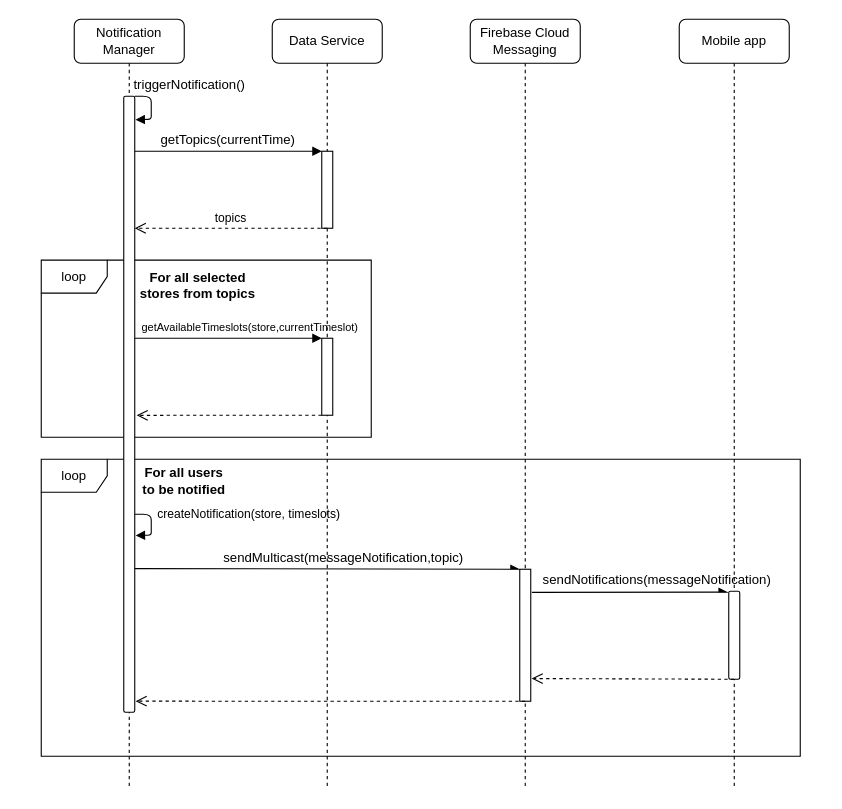
EtionPinari/PinariRomeoSbrolli keeps this draw.io diagram as Relevant DD information/Sequence Diagrams/DrawIO/PeriodicNotificationsSeq.drawio. Above is the earlier version. Source tidied: cells renumbered, new cells numbered last; positions are measured from the earlier drawing's top-left corner, leaving out a move shared by most shapes. Both pictures are drawn from the tidied source at 110%, with x=0, y=0 at pixel (41, 19).
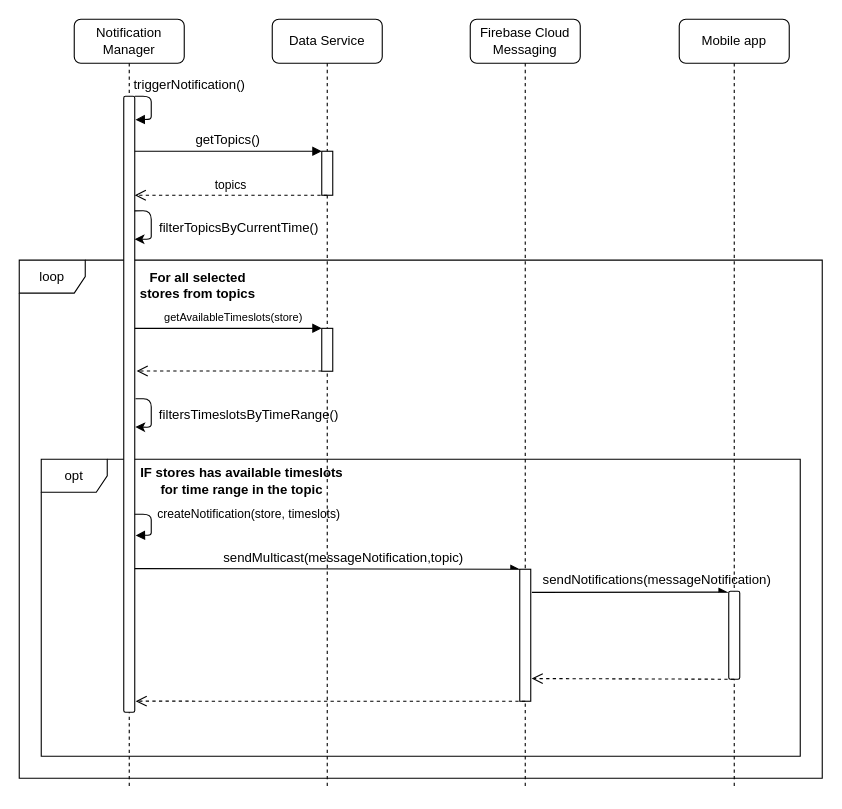
Above is the later version.

Unchanged cells that the change refers to:
```xml
<mxCell id="4" value="Notification Manager" style="shape=umlLifeline;perimeter=lifelinePerimeter;whiteSpace=wrap;html=1;rounded=1;" parent="1" vertex="1">
  <mxGeometry x="30" width="100" height="700" as="geometry" />
</mxCell>
<mxCell id="5" style="html=1;points=[];perimeter=orthogonalPerimeter;rounded=1;" parent="4" vertex="1">
  <mxGeometry x="45" y="70" width="10" height="560" as="geometry" />
</mxCell>
<mxCell id="8" value="Data Service" style="shape=umlLifeline;perimeter=lifelinePerimeter;whiteSpace=wrap;html=1;rounded=1;" parent="1" vertex="1">
  <mxGeometry x="210" width="100" height="700" as="geometry" />
</mxCell>
```

The edit, as a diff of the source:
```diff
@@
+    <mxCell id="3" value="loop" style="shape=umlFrame;whiteSpace=wrap;html=1;rounded=1;" parent="1" vertex="1">
+      <mxGeometry x="-20" y="219" width="730" height="471" as="geometry" />
+    </mxCell>
-    <mxCell id="2" value="loop" style="shape=umlFrame;whiteSpace=wrap;html=1;rounded=1;" parent="1" vertex="1">
+    <mxCell id="2" value="opt" style="shape=umlFrame;whiteSpace=wrap;html=1;rounded=1;" parent="1" vertex="1">
       <mxGeometry y="400" width="690" height="270" as="geometry" />
     </mxCell>
-    <mxCell id="3" value="loop" style="shape=umlFrame;whiteSpace=wrap;html=1;rounded=1;" parent="1" vertex="1">
-      <mxGeometry y="219" width="300" height="161" as="geometry" />
-    </mxCell>
@@
+    <mxCell id="31" style="endArrow=classic;html=1;exitX=0.99;exitY=0.186;exitDx=0;exitDy=0;exitPerimeter=0;entryX=0.99;entryY=0.232;entryDx=0;entryDy=0;entryPerimeter=0;" parent="4" edge="1" source="5" target="5">
+      <mxGeometry relative="1" as="geometry">
+        <Array as="points">
+          <mxPoint x="70" y="174" />
+          <mxPoint x="70" y="190" />
+          <mxPoint x="70" y="200" />
+        </Array>
+      </mxGeometry>
+    </mxCell>
+    <mxCell id="32" style="endArrow=classic;html=1;exitX=1.067;exitY=0.491;exitDx=0;exitDy=0;exitPerimeter=0;entryX=1.056;entryY=0.537;entryDx=0;entryDy=0;entryPerimeter=0;" parent="4" edge="1" source="5" target="5">
+      <mxGeometry relative="1" as="geometry">
+        <Array as="points">
+          <mxPoint x="70" y="345" />
+          <mxPoint x="70" y="360" />
+          <mxPoint x="70" y="371" />
+        </Array>
+      </mxGeometry>
+    </mxCell>
@@
     <mxCell id="9" style="html=1;points=[];perimeter=orthogonalPerimeter;" parent="8" vertex="1">
-      <mxGeometry x="45" y="120" width="10" height="70" as="geometry" />
+      <mxGeometry x="45" y="120" width="10" height="40" as="geometry" />
     </mxCell>
+    <mxCell id="18" style="html=1;points=[];perimeter=orthogonalPerimeter;" parent="8" vertex="1">
+      <mxGeometry x="45" y="281" width="10" height="39" as="geometry" />
+    </mxCell>
@@
-    <mxCell id="15" value="getTopics(currentTime)" style="text;html=1;strokeColor=none;fillColor=none;align=center;verticalAlign=middle;whiteSpace=wrap;rounded=0;" parent="1" vertex="1">
+    <mxCell id="15" value="getTopics()" style="text;html=1;strokeColor=none;fillColor=none;align=center;verticalAlign=middle;whiteSpace=wrap;rounded=0;" parent="1" vertex="1">
       <mxGeometry x="150" y="100" width="40" height="20" as="geometry" />
     </mxCell>
-    <mxCell id="16" value="topics" style="html=1;verticalAlign=bottom;endArrow=open;dashed=1;endSize=8;" parent="1" edge="1" target="5">
+    <mxCell id="16" value="topics" style="html=1;verticalAlign=bottom;endArrow=open;dashed=1;endSize=8;" parent="1" edge="1">
       <mxGeometry relative="1" as="geometry">
-        <mxPoint x="260" y="190" as="sourcePoint" />
+        <mxPoint x="260" y="160" as="sourcePoint" />
+        <mxPoint x="85" y="160" as="targetPoint" />
       </mxGeometry>
     </mxCell>
@@
-    <mxCell id="18" style="html=1;points=[];perimeter=orthogonalPerimeter;" parent="1" vertex="1">
-      <mxGeometry x="255" y="290" width="10" height="70" as="geometry" />
-    </mxCell>
     <mxCell id="19" style="endArrow=block;endFill=1;endSize=6;html=1;" parent="1" edge="1">
       <mxGeometry relative="1" as="geometry">
-        <mxPoint x="85" y="290" as="sourcePoint" />
-        <mxPoint x="255" y="290" as="targetPoint" />
+        <mxPoint x="85" y="281" as="sourcePoint" />
+        <mxPoint x="255" y="281" as="targetPoint" />
       </mxGeometry>
     </mxCell>
-    <mxCell id="20" value="&lt;font style=&quot;font-size: 10px&quot;&gt;getAvailableTimeslots(store,currentTimeslot)&lt;/font&gt;" style="text;html=1;strokeColor=none;fillColor=none;align=center;verticalAlign=middle;whiteSpace=wrap;rounded=0;" parent="1" vertex="1">
-      <mxGeometry x="170" y="270" width="40" height="20" as="geometry" />
+    <mxCell id="20" value="&lt;font style=&quot;font-size: 10px&quot;&gt;getAvailableTimeslots(store)&lt;/font&gt;" style="text;html=1;strokeColor=none;fillColor=none;align=center;verticalAlign=middle;whiteSpace=wrap;rounded=0;" parent="1" vertex="1">
+      <mxGeometry x="155" y="261" width="40" height="20" as="geometry" />
     </mxCell>
-    <mxCell id="21" style="html=1;verticalAlign=bottom;endArrow=open;dashed=1;endSize=8;entryX=1.171;entryY=0.518;entryDx=0;entryDy=0;entryPerimeter=0;" parent="1" edge="1" source="18" target="5">
+    <mxCell id="21" style="html=1;verticalAlign=bottom;endArrow=open;dashed=1;endSize=8;entryX=1.171;entryY=0.446;entryDx=0;entryDy=0;entryPerimeter=0;" parent="1" edge="1" source="18" target="5">
       <mxGeometry relative="1" as="geometry" />
     </mxCell>
-    <mxCell id="22" value="&lt;b&gt;For all users to be notified&lt;/b&gt;" style="text;html=1;strokeColor=none;fillColor=none;align=center;verticalAlign=middle;whiteSpace=wrap;rounded=0;" parent="1" vertex="1">
-      <mxGeometry x="90" y="410" width="80" height="20" as="geometry" />
+    <mxCell id="22" value="&lt;b&gt;IF stores has available timeslots for time range in the topic&lt;/b&gt;" style="text;html=1;strokeColor=none;fillColor=none;align=center;verticalAlign=middle;whiteSpace=wrap;rounded=0;" parent="1" vertex="1">
+      <mxGeometry x="85" y="410" width="195" height="20" as="geometry" />
     </mxCell>
@@
+    <mxCell id="33" value="filterTopicsByCurrentTime()" style="text;html=1;strokeColor=none;fillColor=none;align=center;verticalAlign=middle;whiteSpace=wrap;rounded=0;" parent="1" vertex="1">
+      <mxGeometry x="160" y="180" width="40" height="20" as="geometry" />
+    </mxCell>
+    <mxCell id="34" value="filtersTimeslotsByTimeRange()" style="text;html=1;strokeColor=none;fillColor=none;align=center;verticalAlign=middle;whiteSpace=wrap;rounded=0;" parent="1" vertex="1">
+      <mxGeometry x="169" y="350" width="40" height="20" as="geometry" />
+    </mxCell>
```
